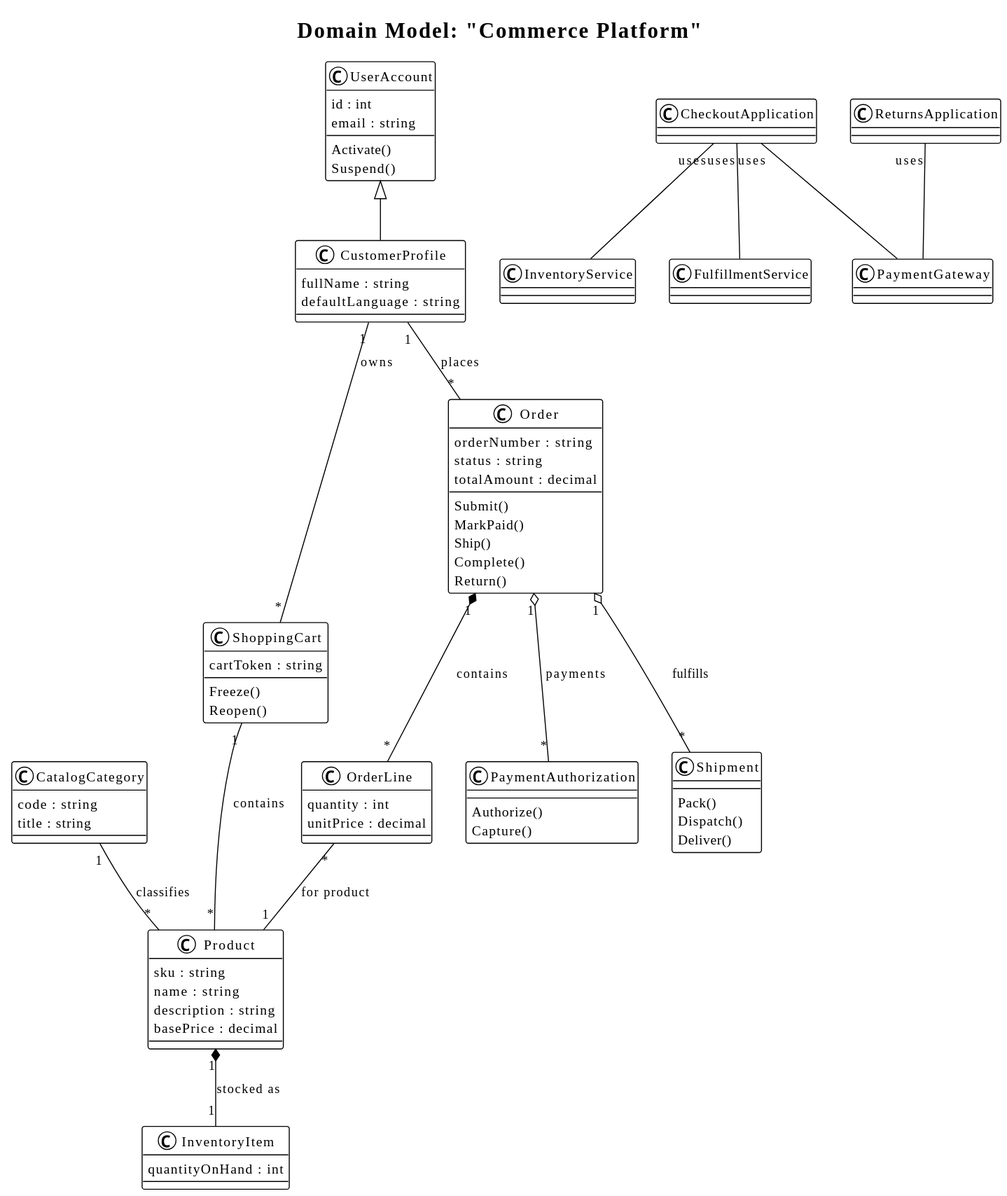
The PlantUML diagram examples/commerce-platform/generated/domain/CommercePlatform.domain.svg in fredoslav2004/modt-core, before a commit.
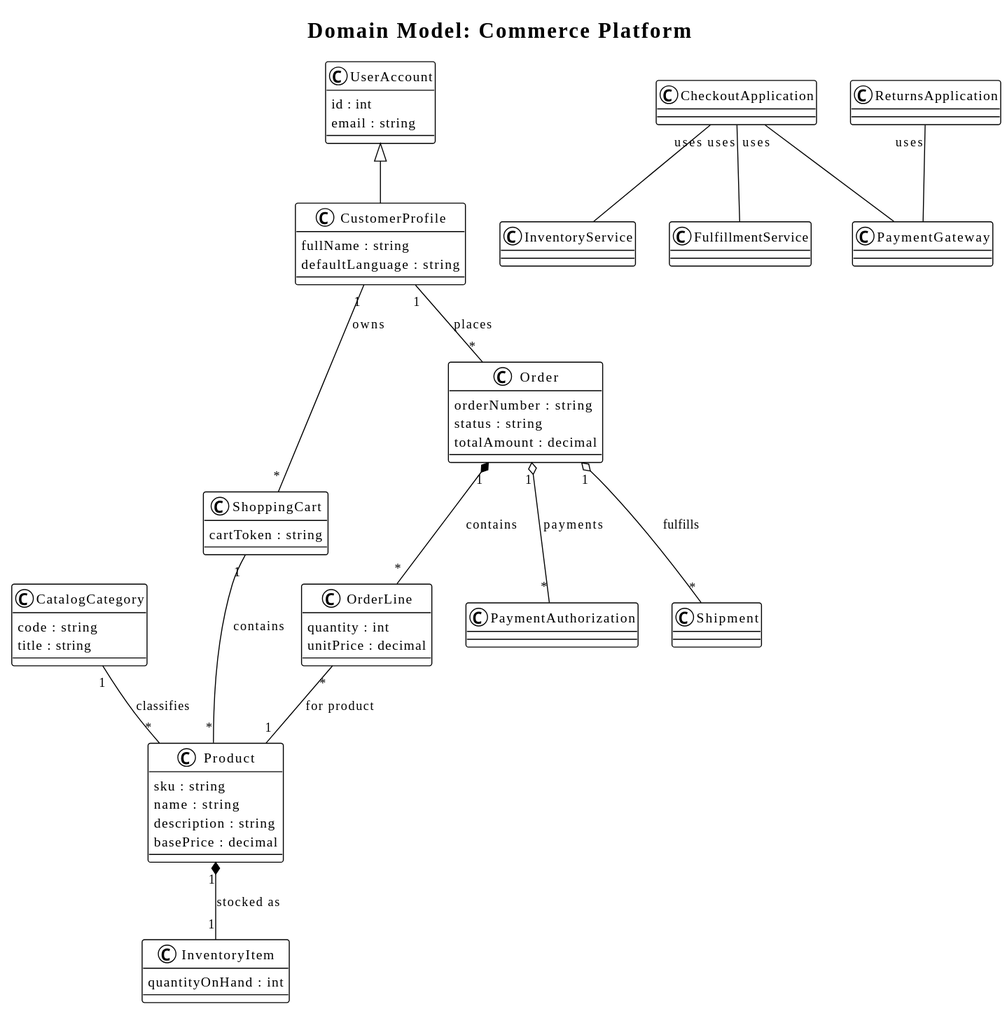
Above is the later version.

What changed in the source:
```diff
@@ -1,5 +1,5 @@
 @startuml
-title Domain Model: "Commerce Platform"
+title Domain Model: Commerce Platform
 !theme plain
 skinparam classAttributeIconSize 0
 class CatalogCategory {
@@ -18,8 +18,6 @@
 class UserAccount {
   id : int
   email : string
-  Activate()
-  Suspend()
 }
 class CustomerProfile {
   fullName : string
@@ -28,31 +26,19 @@
 UserAccount <|-- CustomerProfile
 class ShoppingCart {
   cartToken : string
-  Freeze()
-  Reopen()
 }
 class Order {
   orderNumber : string
   status : string
   totalAmount : decimal
-  Submit()
-  MarkPaid()
-  Ship()
-  Complete()
-  Return()
 }
 class OrderLine {
   quantity : int
   unitPrice : decimal
 }
 class PaymentAuthorization {
-  Authorize()
-  Capture()
 }
 class Shipment {
-  Pack()
-  Dispatch()
-  Deliver()
 }
 CatalogCategory "1" -- "*" Product : classifies
 Product "1" *-- "1" InventoryItem : stocked as
```
